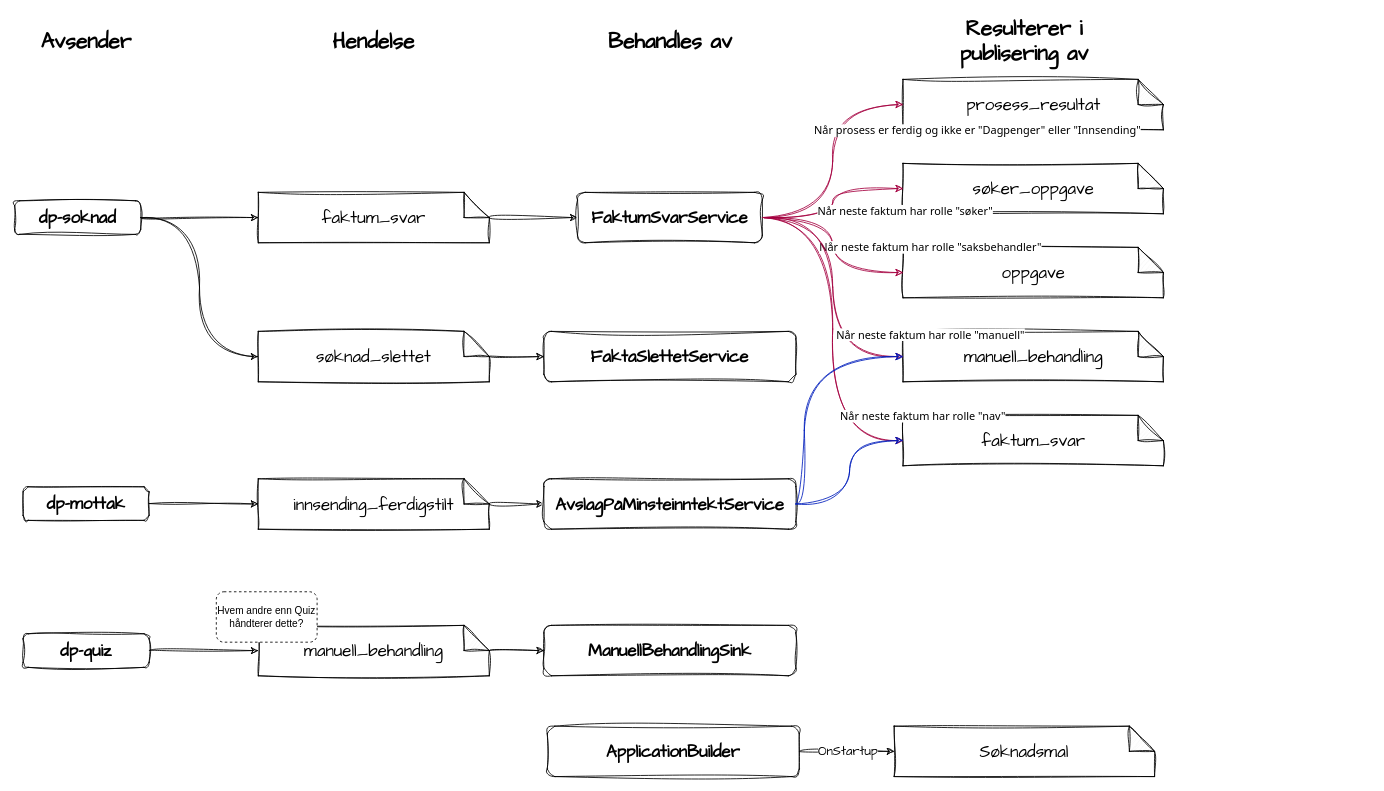
Above: docs/innbyggerflate/losninger/soknad/dp-quiz-hendelser.drawio in navikt/dp-dokumentasjon (draw.io), before the change. Source tidied: cells renumbered, new cells numbered last; positions are measured from the earlier drawing's top-left corner, leaving out a move shared by most shapes. Both pictures are drawn from the tidied source at 84%, with x=0, y=0 at pixel (14, 29).
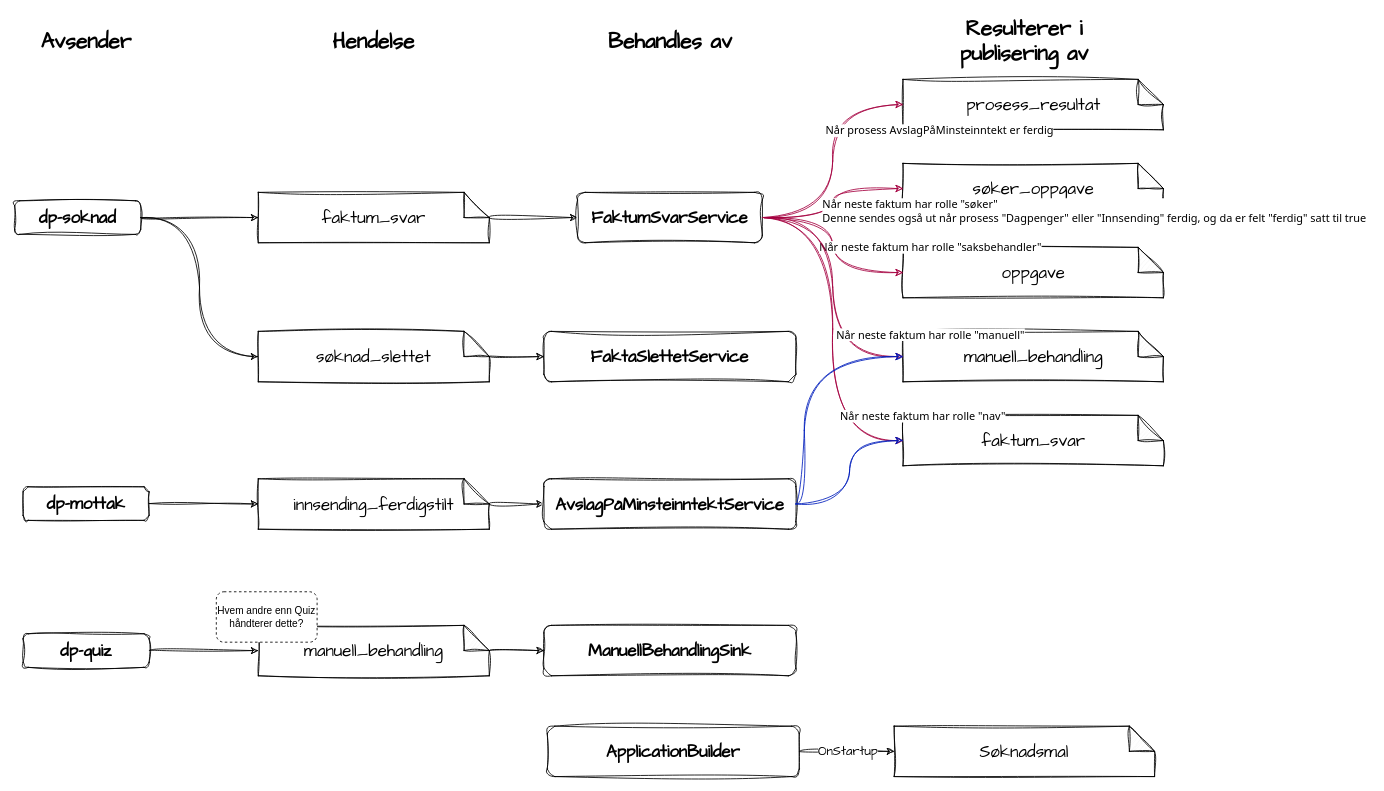
Above is the later version.

Commit message:
Presisere i tegning når søker_oppgave blir publisert

The change refers to these unchanged cells:
```xml
<mxCell id="19" style="edgeStyle=orthogonalEdgeStyle;curved=1;html=1;fontSize=18;fontColor=#FFFFFF;sketch=1;curveFitting=1;jiggle=2;entryX=0;entryY=0.5;entryDx=0;entryDy=0;entryPerimeter=0;exitX=1;exitY=0.5;exitDx=0;exitDy=0;fillColor=#d80073;strokeColor=#A50040;" parent="1" edge="1" source="25" target="12">
  <mxGeometry relative="1" as="geometry" />
</mxCell>
<mxCell id="26" style="edgeStyle=orthogonalEdgeStyle;curved=1;html=1;fontSize=18;fontColor=#FFFFFF;sketch=1;curveFitting=1;jiggle=2;entryX=0;entryY=0.5;entryDx=0;entryDy=0;entryPerimeter=0;exitX=1;exitY=0.5;exitDx=0;exitDy=0;fillColor=#d80073;strokeColor=#A50040;" parent="1" edge="1" source="25" target="15">
  <mxGeometry relative="1" as="geometry" />
</mxCell>
```

What changed in the source:
```diff
@@
-    <mxCell id="20" value="Når neste faktum har rolle &quot;søker&quot;" style="edgeLabel;html=1;align=center;verticalAlign=middle;fontFamily=Tahoma;fontSize=13;" parent="19" vertex="1">
+    <mxCell id="20" value="Når neste faktum har rolle &quot;søker&quot;&amp;nbsp;&lt;br&gt;Denne sendes også ut når prosess &quot;Dagpenger&quot; eller &quot;Innsending&quot; ferdig, og da er felt &quot;ferdig&quot; satt til true&amp;nbsp;" style="edgeLabel;html=1;align=left;verticalAlign=middle;fontFamily=Tahoma;fontSize=13;" parent="19" vertex="1">
       <mxGeometry x="0.12" y="-11" relative="1" as="geometry">
-        <mxPoint x="75" y="21" as="offset" />
+        <mxPoint x="-25" y="21" as="offset" />
       </mxGeometry>
     </mxCell>
@@
-    <mxCell id="27" value="&lt;span style=&quot;font-size: 13px;&quot;&gt;Når prosess er ferdig og ikke er &quot;Dagpenger&quot; eller &quot;Innsending&quot;&lt;/span&gt;" style="edgeLabel;html=1;align=center;verticalAlign=middle;fontSize=13;fontFamily=Tahoma;" parent="26" vertex="1">
+    <mxCell id="27" value="&lt;span style=&quot;font-size: 13px;&quot;&gt;Når prosess AvslagPåMinsteinntekt er ferdig&lt;/span&gt;" style="edgeLabel;html=1;align=center;verticalAlign=middle;fontSize=13;fontFamily=Tahoma;" parent="26" vertex="1">
       <mxGeometry x="0.81" y="29" relative="1" as="geometry">
-        <mxPoint x="117" y="59" as="offset" />
+        <mxPoint x="72" y="59" as="offset" />
       </mxGeometry>
     </mxCell>
```
